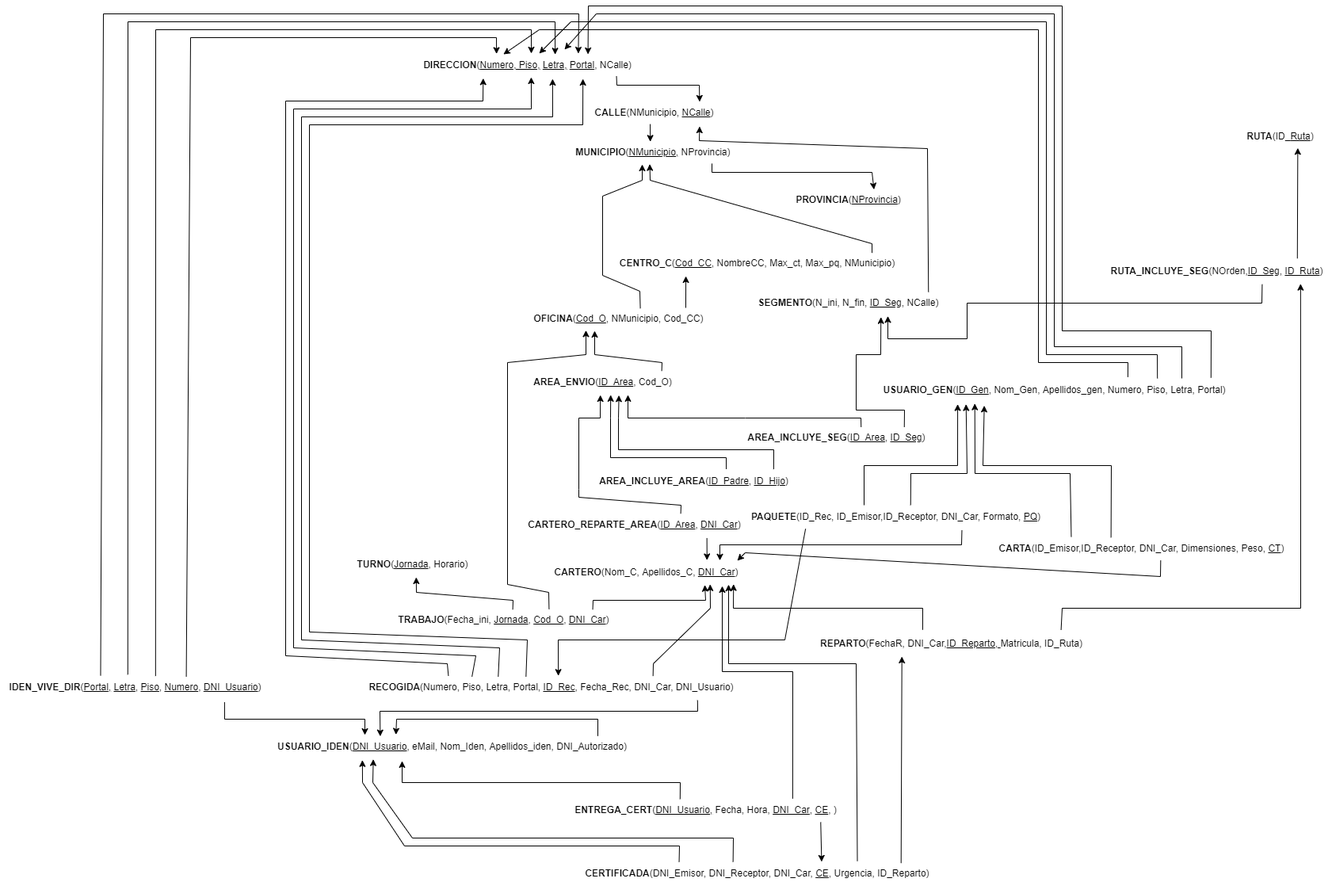
This is Hito1/Modelo relacional.drawio.png from ErYavi/BBDD22, a draw.io export, as it was before one commit. Source tidied: cells renumbered, new cells last; positions are measured from the earlier drawing's top-left corner, leaving out a move shared by most shapes.
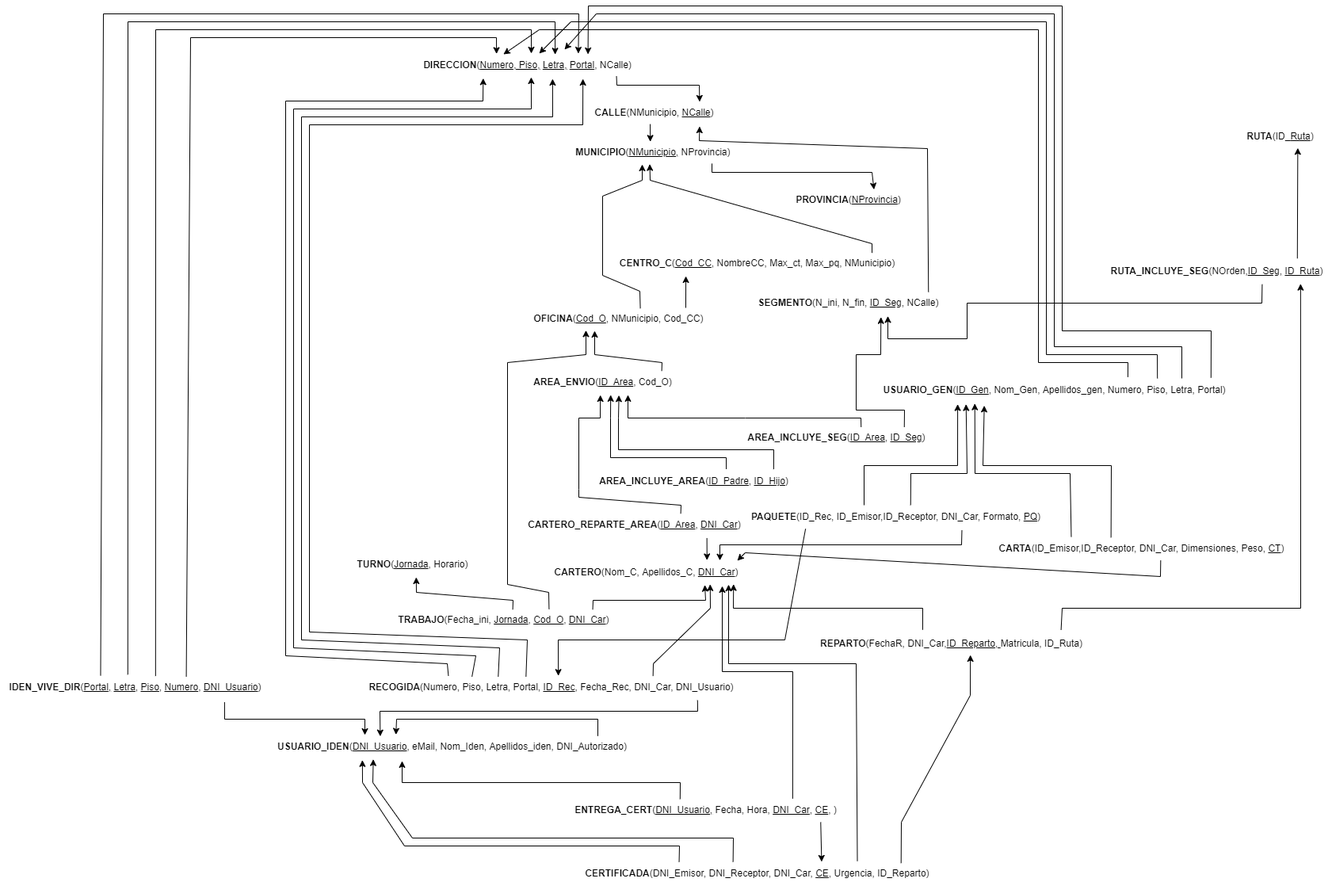
The same file after the commit.

What changed in the source:
```diff
@@ -290,8 +290,13 @@
     <mxCell id="49" value="&lt;b&gt;CERTIFICADA&lt;/b&gt;(DNI_Emisor, DNI_Receptor, DNI_Car,&amp;nbsp;&lt;u&gt;CE&lt;/u&gt;, Urgencia,&amp;nbsp;ID_Reparto)" style="text;html=1;align=center;verticalAlign=middle;points=[];strokeColor=none;fillColor=none;" parent="1" vertex="1">
       <mxGeometry x="725" y="1080" width="460" height="30" as="geometry" />
     </mxCell>
-    <mxCell id="50" style="endArrow=classic;html=1;rounded=0;exitX=0.895;exitY=0.055;exitDx=0;exitDy=0;exitPerimeter=0;entryX=0.322;entryY=1.033;entryDx=0;entryDy=0;entryPerimeter=0;" parent="1" edge="1" source="49" target="28">
-      <mxGeometry relative="1" as="geometry" />
+    <mxCell id="50" style="endArrow=classic;html=1;rounded=0;exitX=0.895;exitY=0.055;exitDx=0;exitDy=0;exitPerimeter=0;entryX=0.569;entryY=0.967;entryDx=0;entryDy=0;entryPerimeter=0;" parent="1" edge="1" source="49" target="28">
+      <mxGeometry relative="1" as="geometry">
+        <Array as="points">
+          <mxPoint x="1137" y="1030" />
+          <mxPoint x="1224" y="870" />
+        </Array>
+      </mxGeometry>
     </mxCell>
     <mxCell id="51" style="endArrow=classic;html=1;rounded=0;exitX=0.775;exitY=-0.037;exitDx=0;exitDy=0;exitPerimeter=0;entryX=0.916;entryY=1.004;entryDx=0;entryDy=0;entryPerimeter=0;" parent="1" edge="1" source="49" target="30">
       <mxGeometry relative="1" as="geometry">
```
